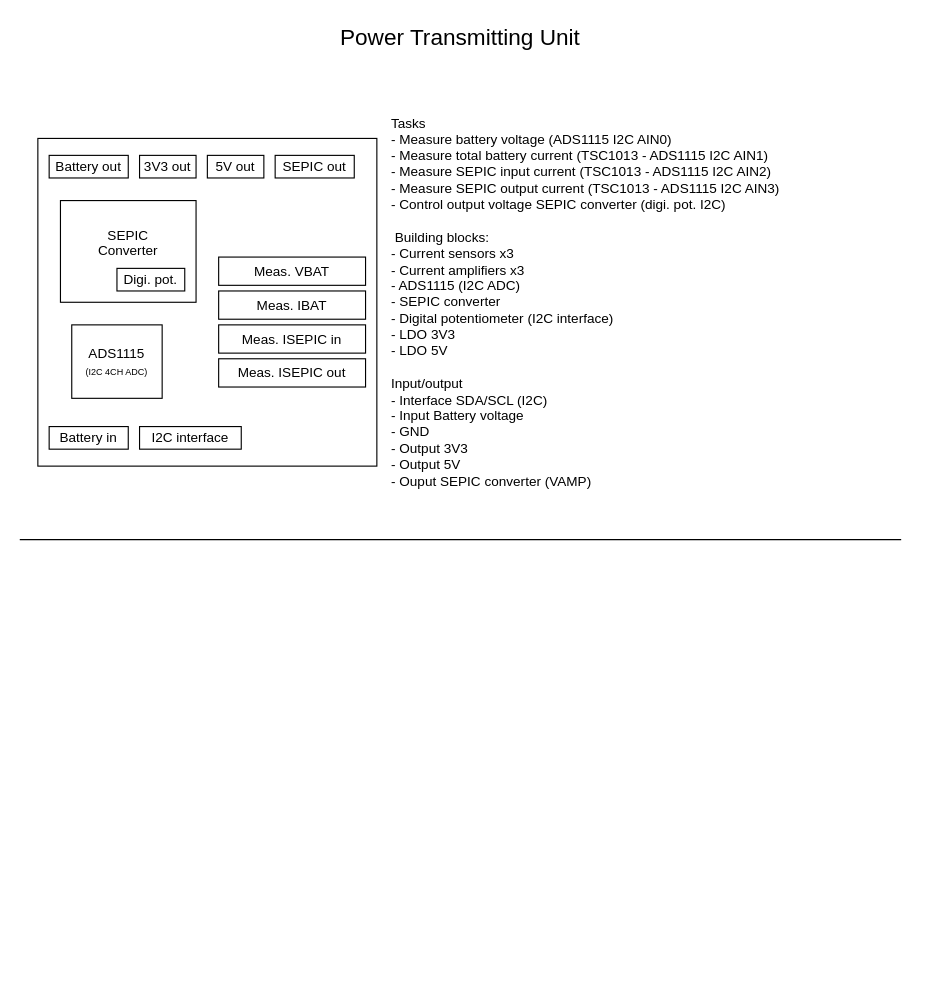
The draw.io diagram firmware/power-transmitting-unit/drawio/PTU-block-diagram-overview.drawio in jarnevanmulders/UAV-Based-Charging-Solution, before the edit. Source tidied: cells renumbered, new cells numbered last; positions are measured from the earlier drawing's top-left corner, leaving out a move shared by most shapes. Both pictures are drawn from the tidied source at 113%, with x=0, y=0 at pixel (19, 19).
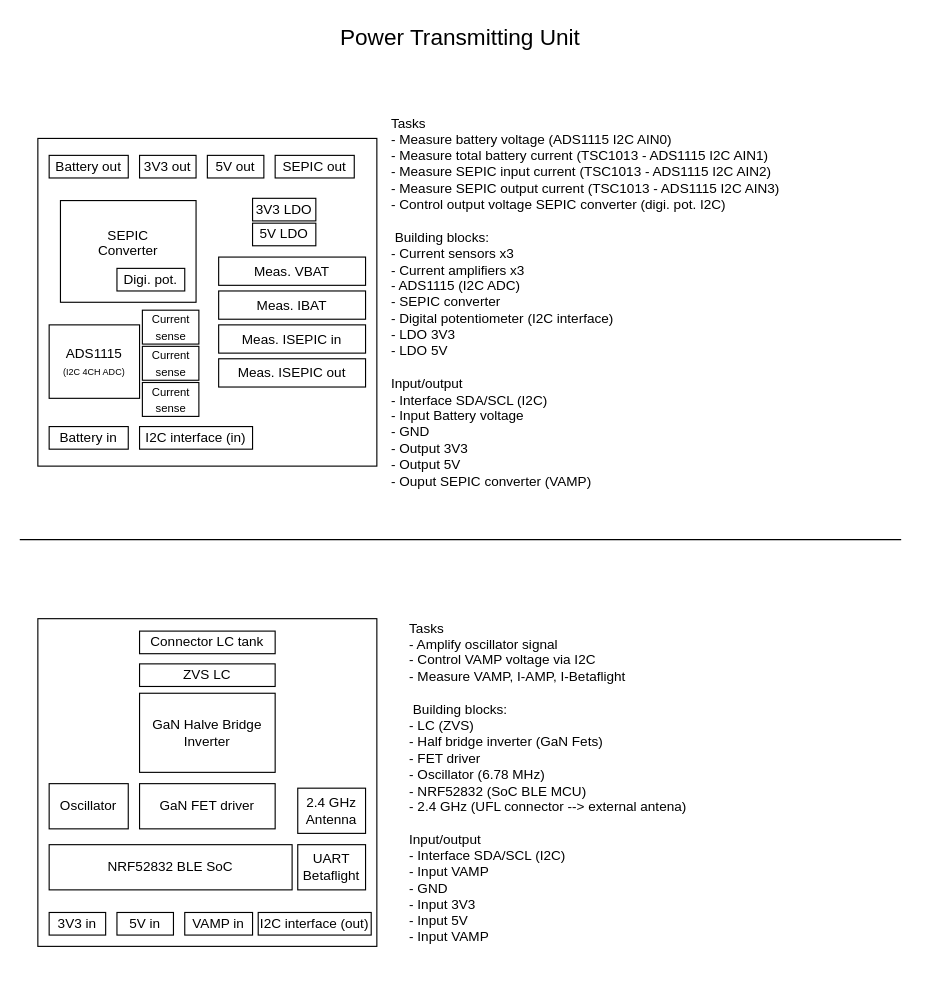
Above is the later version.

What changed in the source:
```diff
@@
-    <mxCell id="12" value="I2C interface" style="rounded=0;whiteSpace=wrap;html=1;" parent="1" vertex="1">
-      <mxGeometry x="106" y="360" width="90" height="20" as="geometry" />
+    <mxCell id="12" value="I2C interface (in)" style="rounded=0;whiteSpace=wrap;html=1;" parent="1" vertex="1">
+      <mxGeometry x="106" y="360" width="100" height="20" as="geometry" />
     </mxCell>
     <mxCell id="13" value="ADS1115&lt;br&gt;&lt;font style=&quot;font-size: 8px;&quot;&gt;(I2C 4CH ADC)&lt;/font&gt;" style="rounded=0;whiteSpace=wrap;html=1;" parent="1" vertex="1">
-      <mxGeometry x="46" y="270" width="80" height="65" as="geometry" />
+      <mxGeometry x="26" y="270" width="80" height="65" as="geometry" />
     </mxCell>
@@
+    <mxCell id="19" style="rounded=0;whiteSpace=wrap;html=1;" parent="1" vertex="1">
+      <mxGeometry x="16" y="530" width="300" height="290" as="geometry" />
+    </mxCell>
+    <mxCell id="20" value="Connector LC tank" style="rounded=0;whiteSpace=wrap;html=1;" parent="1" vertex="1">
+      <mxGeometry x="106" y="541" width="120" height="20" as="geometry" />
+    </mxCell>
+    <mxCell id="21" value="GaN Halve Bridge&lt;br&gt;Inverter" style="rounded=0;whiteSpace=wrap;html=1;" parent="1" vertex="1">
+      <mxGeometry x="106" y="596" width="120" height="70" as="geometry" />
+    </mxCell>
+    <mxCell id="22" value="GaN FET driver" style="rounded=0;whiteSpace=wrap;html=1;" parent="1" vertex="1">
+      <mxGeometry x="106" y="676" width="120" height="40" as="geometry" />
+    </mxCell>
+    <mxCell id="23" value="Oscillator" style="rounded=0;whiteSpace=wrap;html=1;" parent="1" vertex="1">
+      <mxGeometry x="26" y="676" width="70" height="40" as="geometry" />
+    </mxCell>
+    <mxCell id="24" value="5V in" style="rounded=0;whiteSpace=wrap;html=1;" parent="1" vertex="1">
+      <mxGeometry x="86" y="790" width="50" height="20" as="geometry" />
+    </mxCell>
+    <mxCell id="25" value="3V3 in" style="rounded=0;whiteSpace=wrap;html=1;" parent="1" vertex="1">
+      <mxGeometry x="26" y="790" width="50" height="20" as="geometry" />
+    </mxCell>
+    <mxCell id="26" value="VAMP in" style="rounded=0;whiteSpace=wrap;html=1;" parent="1" vertex="1">
+      <mxGeometry x="146" y="790" width="60" height="20" as="geometry" />
+    </mxCell>
+    <mxCell id="27" value="ZVS LC" style="rounded=0;whiteSpace=wrap;html=1;" parent="1" vertex="1">
+      <mxGeometry x="106" y="570" width="120" height="20" as="geometry" />
+    </mxCell>
+    <mxCell id="28" value="NRF52832 BLE SoC" style="rounded=0;whiteSpace=wrap;html=1;" parent="1" vertex="1">
+      <mxGeometry x="26" y="730" width="215" height="40" as="geometry" />
+    </mxCell>
+    <mxCell id="29" value="UART&lt;br&gt;Betaflight" style="rounded=0;whiteSpace=wrap;html=1;" parent="1" vertex="1">
+      <mxGeometry x="246" y="730" width="60" height="40" as="geometry" />
+    </mxCell>
+    <mxCell id="30" value="2.4 GHz&lt;br&gt;Antenna" style="rounded=0;whiteSpace=wrap;html=1;" parent="1" vertex="1">
+      <mxGeometry x="246" y="680" width="60" height="40" as="geometry" />
+    </mxCell>
+    <mxCell id="31" value="I2C interface (out)" style="rounded=0;whiteSpace=wrap;html=1;" parent="1" vertex="1">
+      <mxGeometry x="211" y="790" width="100" height="20" as="geometry" />
+    </mxCell>
+    <mxCell id="32" value="Tasks&lt;br&gt;- Amplify oscillator signal&lt;br&gt;- Control VAMP voltage via I2C&lt;br&gt;- Measure VAMP, I-AMP, I-Betaflight&lt;br&gt;&lt;br&gt;&amp;nbsp;Building blocks:&lt;br&gt;- LC (ZVS)&lt;br&gt;- Half bridge inverter (GaN Fets)&lt;br&gt;- FET driver&lt;br&gt;- Oscillator (6.78 MHz)&lt;br&gt;- NRF52832 (SoC BLE MCU)&lt;br&gt;- 2.4 GHz (UFL connector --&amp;gt; external antena)&lt;br&gt;&lt;br&gt;Input/output&lt;br&gt;- Interface SDA/SCL (I2C)&lt;br&gt;- Input VAMP&lt;br&gt;- GND&lt;br&gt;- Input 3V3&lt;br&gt;- Input 5V&lt;br&gt;- Input VAMP" style="text;html=1;strokeColor=none;fillColor=none;align=left;verticalAlign=middle;whiteSpace=wrap;rounded=0;" parent="1" vertex="1">
+      <mxGeometry x="343" y="505" width="460" height="340" as="geometry" />
+    </mxCell>
+    <mxCell id="33" value="3V3 LDO" style="rounded=0;whiteSpace=wrap;html=1;" parent="1" vertex="1">
+      <mxGeometry x="206" y="158" width="56" height="20" as="geometry" />
+    </mxCell>
+    <mxCell id="34" value="5V LDO" style="rounded=0;whiteSpace=wrap;html=1;" parent="1" vertex="1">
+      <mxGeometry x="206" y="180" width="56" height="20" as="geometry" />
+    </mxCell>
+    <mxCell id="35" value="&lt;font style=&quot;font-size: 10px;&quot;&gt;Current&lt;br&gt;sense&lt;/font&gt;" style="rounded=0;whiteSpace=wrap;html=1;" parent="1" vertex="1">
+      <mxGeometry x="108.5" y="289" width="50" height="30" as="geometry" />
+    </mxCell>
+    <mxCell id="36" value="&lt;font style=&quot;font-size: 10px;&quot;&gt;Current&lt;br&gt;sense&lt;/font&gt;" style="rounded=0;whiteSpace=wrap;html=1;" parent="1" vertex="1">
+      <mxGeometry x="108.5" y="257" width="50" height="30" as="geometry" />
+    </mxCell>
+    <mxCell id="37" value="&lt;font style=&quot;font-size: 10px;&quot;&gt;Current&lt;br&gt;sense&lt;/font&gt;" style="rounded=0;whiteSpace=wrap;html=1;" parent="1" vertex="1">
+      <mxGeometry x="108.5" y="321" width="50" height="30" as="geometry" />
+    </mxCell>
```
